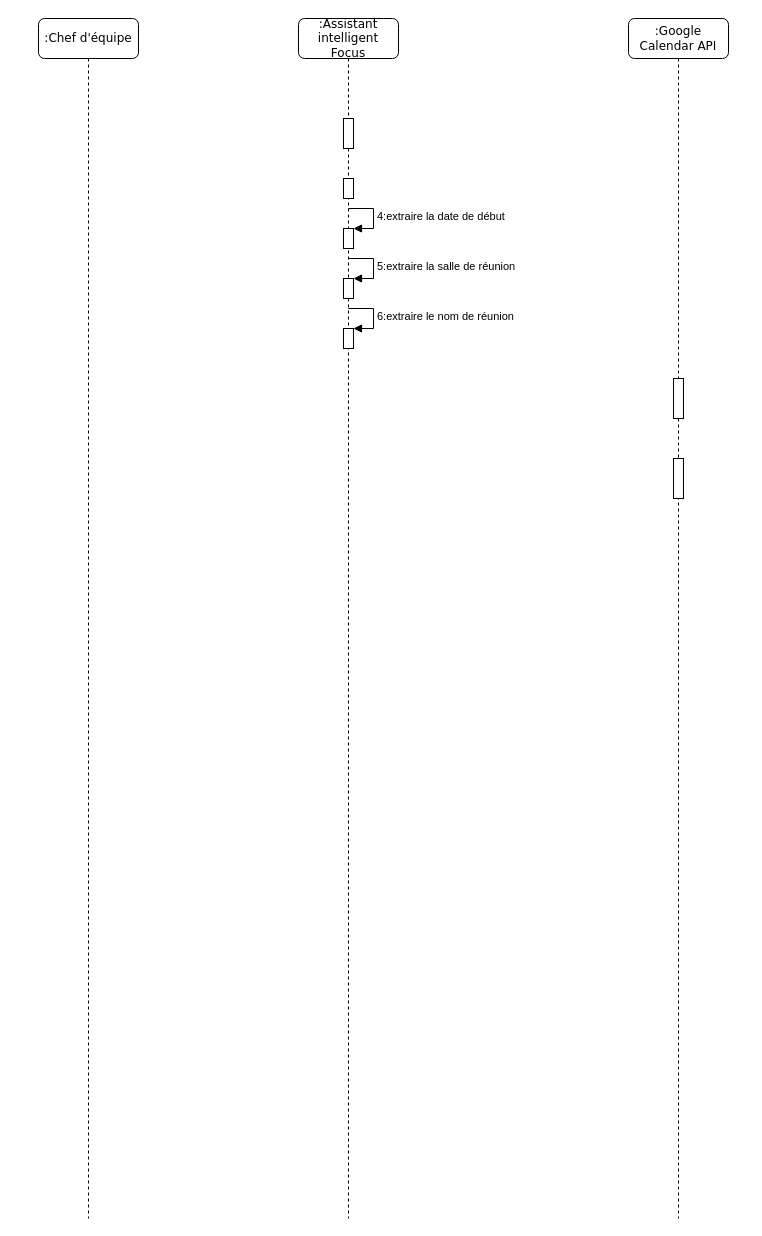
This is affiche event.drawio from hanabouzid/diagrams, a draw.io file, before an edit. Source tidied: cells renumbered, new cells numbered last; positions are measured from the earlier drawing's top-left corner, leaving out a move shared by most shapes. Both pictures are drawn from the tidied source at 100%, with x=0, y=0 at pixel (38, 18).
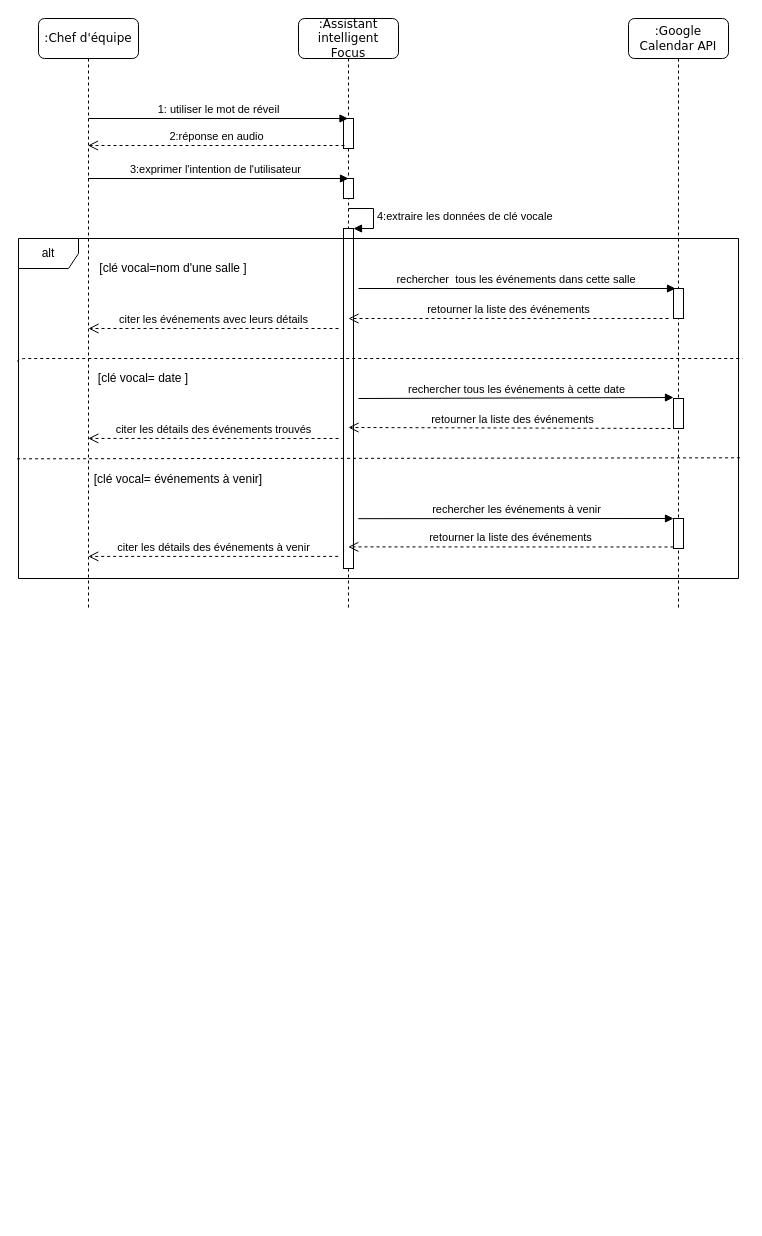
After the change.

What changed in the source:
```diff
@@
     <mxCell id="2" value=":Chef d'équipe" style="shape=umlLifeline;perimeter=lifelinePerimeter;whiteSpace=wrap;html=1;rounded=1;shadow=0;comic=0;labelBackgroundColor=none;strokeWidth=1;fontFamily=Verdana;fontSize=12;align=center;" parent="1" vertex="1">
-      <mxGeometry width="100" height="1200" as="geometry" />
+      <mxGeometry width="100" height="590" as="geometry" />
     </mxCell>
     <mxCell id="3" value=":Assistant intelligent Focus" style="shape=umlLifeline;perimeter=lifelinePerimeter;whiteSpace=wrap;html=1;rounded=1;shadow=0;comic=0;labelBackgroundColor=none;strokeWidth=1;fontFamily=Verdana;fontSize=12;align=center;" parent="1" vertex="1">
-      <mxGeometry x="260" width="100" height="1200" as="geometry" />
+      <mxGeometry x="260" width="100" height="590" as="geometry" />
     </mxCell>
@@
     <mxCell id="6" style="html=1;points=[];perimeter=orthogonalPerimeter;" parent="3" vertex="1">
-      <mxGeometry x="45" y="210" width="10" height="20" as="geometry" />
+      <mxGeometry x="45" y="210" width="10" height="340" as="geometry" />
     </mxCell>
-    <mxCell id="7" value="4:extraire la date de début&amp;nbsp;" style="edgeStyle=orthogonalEdgeStyle;html=1;align=left;spacingLeft=2;endArrow=block;rounded=0;entryX=1;entryY=0;" parent="3" edge="1" target="6">
+    <mxCell id="7" value="4:extraire les données de clé vocale&amp;nbsp;" style="edgeStyle=orthogonalEdgeStyle;html=1;align=left;spacingLeft=2;endArrow=block;rounded=0;entryX=1;entryY=0;" parent="3" edge="1" target="6">
       <mxGeometry relative="1" as="geometry">
         <mxPoint x="50" y="190" as="sourcePoint" />
         <Array as="points">
           <mxPoint x="75" y="190" />
         </Array>
       </mxGeometry>
     </mxCell>
-    <mxCell id="8" style="html=1;points=[];perimeter=orthogonalPerimeter;" parent="3" vertex="1">
-      <mxGeometry x="45" y="260" width="10" height="20" as="geometry" />
-    </mxCell>
-    <mxCell id="9" value="5:extraire la salle de réunion&amp;nbsp;" style="edgeStyle=orthogonalEdgeStyle;html=1;align=left;spacingLeft=2;endArrow=block;rounded=0;entryX=1;entryY=0;" parent="3" edge="1" target="8">
-      <mxGeometry relative="1" as="geometry">
-        <mxPoint x="50" y="240" as="sourcePoint" />
-        <Array as="points">
-          <mxPoint x="75" y="240" />
-        </Array>
-      </mxGeometry>
-    </mxCell>
-    <mxCell id="10" style="html=1;points=[];perimeter=orthogonalPerimeter;" parent="3" vertex="1">
-      <mxGeometry x="45" y="310" width="10" height="20" as="geometry" />
-    </mxCell>
-    <mxCell id="11" value="6:extraire le nom de réunion" style="edgeStyle=orthogonalEdgeStyle;html=1;align=left;spacingLeft=2;endArrow=block;rounded=0;entryX=1;entryY=0;" parent="3" edge="1" target="10">
-      <mxGeometry relative="1" as="geometry">
-        <mxPoint x="50" y="290" as="sourcePoint" />
-        <Array as="points">
-          <mxPoint x="75" y="290" />
-        </Array>
-      </mxGeometry>
-    </mxCell>
     <mxCell id="12" value=":Google Calendar API" style="shape=umlLifeline;perimeter=lifelinePerimeter;whiteSpace=wrap;html=1;rounded=1;shadow=0;comic=0;labelBackgroundColor=none;strokeWidth=1;fontFamily=Verdana;fontSize=12;align=center;" parent="1" vertex="1">
-      <mxGeometry x="590" width="100" height="1200" as="geometry" />
+      <mxGeometry x="590" width="100" height="590" as="geometry" />
     </mxCell>
-    <mxCell id="13" style="html=1;perimeter=orthogonalPerimeter;" parent="12" vertex="1">
-      <mxGeometry x="45" y="360" width="10" height="40" as="geometry" />
-    </mxCell>
-    <mxCell id="14" style="html=1;perimeter=orthogonalPerimeter;" parent="12" vertex="1">
-      <mxGeometry x="45" y="440" width="10" height="40" as="geometry" />
-    </mxCell>
+    <mxCell id="15" value="1: utiliser le mot de réveil" style="html=1;verticalAlign=bottom;endArrow=block;" parent="1" edge="1">
+      <mxGeometry relative="1" as="geometry">
+        <mxPoint x="50" y="100" as="sourcePoint" />
+        <mxPoint x="309.5" y="100" as="targetPoint" />
+      </mxGeometry>
+    </mxCell>
+    <mxCell id="16" value="2:réponse en audio" style="html=1;verticalAlign=bottom;endArrow=open;dashed=1;endSize=8;exitX=0.1;exitY=0.9;exitDx=0;exitDy=0;exitPerimeter=0;" parent="1" edge="1">
+      <mxGeometry relative="1" as="geometry">
+        <mxPoint x="306" y="127" as="sourcePoint" />
+        <mxPoint x="49.5" y="127" as="targetPoint" />
+      </mxGeometry>
+    </mxCell>
+    <mxCell id="17" value="3:exprimer l'intention de l'utilisateur&amp;nbsp;&amp;nbsp;" style="html=1;verticalAlign=bottom;endArrow=block;" parent="1" edge="1">
+      <mxGeometry relative="1" as="geometry">
+        <mxPoint x="49.5" y="160" as="sourcePoint" />
+        <mxPoint x="310" y="160" as="targetPoint" />
+      </mxGeometry>
+    </mxCell>
+    <mxCell id="18" value="alt" style="shape=umlFrame;whiteSpace=wrap;html=1;" parent="1" vertex="1">
+      <mxGeometry x="-20" y="220" width="720" height="340" as="geometry" />
+    </mxCell>
+    <mxCell id="19" value="[clé vocal=nom d'une salle ]" style="text;html=1;strokeColor=none;fillColor=none;align=center;verticalAlign=middle;whiteSpace=wrap;rounded=0;" parent="1" vertex="1">
+      <mxGeometry x="40" y="240" width="190" height="20" as="geometry" />
+    </mxCell>
+    <mxCell id="20" value="rechercher&amp;nbsp; tous les événements dans cette salle&amp;nbsp;" style="html=1;verticalAlign=bottom;endArrow=block;entryX=0.2;entryY=0;entryDx=0;entryDy=0;entryPerimeter=0;" parent="1" edge="1" target="21">
+      <mxGeometry relative="1" as="geometry">
+        <mxPoint x="320" y="270" as="sourcePoint" />
+      </mxGeometry>
+    </mxCell>
+    <mxCell id="21" style="html=1;points=[];perimeter=orthogonalPerimeter;" parent="1" vertex="1">
+      <mxGeometry x="635" y="270" width="10" height="30" as="geometry" />
+    </mxCell>
+    <mxCell id="22" value="retourner la liste des événements" style="html=1;verticalAlign=bottom;endArrow=open;dashed=1;endSize=8;" parent="1" edge="1">
+      <mxGeometry relative="1" as="geometry">
+        <mxPoint x="630" y="300" as="sourcePoint" />
+        <mxPoint x="310" y="300" as="targetPoint" />
+      </mxGeometry>
+    </mxCell>
+    <mxCell id="23" value="citer les événements avec leurs détails" style="html=1;verticalAlign=bottom;endArrow=open;dashed=1;endSize=8;" parent="1" edge="1">
+      <mxGeometry relative="1" as="geometry">
+        <mxPoint x="300" y="310" as="sourcePoint" />
+        <mxPoint x="50" y="310" as="targetPoint" />
+      </mxGeometry>
+    </mxCell>
+    <mxCell id="24" value="[clé vocal= date ]" style="text;html=1;strokeColor=none;fillColor=none;align=center;verticalAlign=middle;whiteSpace=wrap;rounded=0;" parent="1" vertex="1">
+      <mxGeometry x="40" y="350" width="130" height="20" as="geometry" />
+    </mxCell>
+    <mxCell id="25" value="rechercher tous les événements à cette date" style="html=1;verticalAlign=bottom;endArrow=block;entryX=0;entryY=-0.033;entryDx=0;entryDy=0;entryPerimeter=0;" parent="1" edge="1" target="26">
+      <mxGeometry relative="1" as="geometry">
+        <mxPoint x="320" y="380" as="sourcePoint" />
+      </mxGeometry>
+    </mxCell>
+    <mxCell id="26" style="html=1;points=[];perimeter=orthogonalPerimeter;" parent="1" vertex="1">
+      <mxGeometry x="635" y="380" width="10" height="30" as="geometry" />
+    </mxCell>
+    <mxCell id="27" value="retourner la liste des événements" style="html=1;verticalAlign=bottom;endArrow=open;dashed=1;endSize=8;exitX=0.3;exitY=1;exitDx=0;exitDy=0;exitPerimeter=0;" parent="1" edge="1" source="26">
+      <mxGeometry relative="1" as="geometry">
+        <mxPoint x="310" y="409" as="targetPoint" />
+      </mxGeometry>
+    </mxCell>
+    <mxCell id="28" value="citer les détails des événements trouvés" style="html=1;verticalAlign=bottom;endArrow=open;dashed=1;endSize=8;entryX=0.097;entryY=0.588;entryDx=0;entryDy=0;entryPerimeter=0;" parent="1" edge="1" target="18">
+      <mxGeometry relative="1" as="geometry">
+        <mxPoint x="300" y="420" as="sourcePoint" />
+      </mxGeometry>
+    </mxCell>
+    <mxCell id="29" value="[clé vocal= événements à venir]" style="text;html=1;strokeColor=none;fillColor=none;align=center;verticalAlign=middle;whiteSpace=wrap;rounded=0;" parent="1" vertex="1">
+      <mxGeometry x="40" y="460" width="200" as="geometry" />
+    </mxCell>
+    <mxCell id="30" style="html=1;points=[];perimeter=orthogonalPerimeter;" parent="1" vertex="1">
+      <mxGeometry x="635" y="500" width="10" height="30" as="geometry" />
+    </mxCell>
+    <mxCell id="31" value="rechercher les événements à venir" style="html=1;verticalAlign=bottom;endArrow=block;entryX=0;entryY=0;exitX=0.472;exitY=0.824;exitDx=0;exitDy=0;exitPerimeter=0;" parent="1" edge="1" source="18" target="30">
+      <mxGeometry relative="1" as="geometry" />
+    </mxCell>
+    <mxCell id="32" value="retourner la liste des événements" style="html=1;verticalAlign=bottom;endArrow=open;dashed=1;endSize=8;exitX=0;exitY=0.95;entryX=0.458;entryY=0.907;entryDx=0;entryDy=0;entryPerimeter=0;" parent="1" edge="1" source="30" target="18">
+      <mxGeometry relative="1" as="geometry" />
+    </mxCell>
+    <mxCell id="33" value="citer les détails des événements à venir" style="html=1;verticalAlign=bottom;endArrow=open;dashed=1;endSize=8;entryX=0.097;entryY=0.935;entryDx=0;entryDy=0;entryPerimeter=0;exitX=0.444;exitY=0.935;exitDx=0;exitDy=0;exitPerimeter=0;" parent="1" edge="1" source="18" target="18">
+      <mxGeometry relative="1" as="geometry" />
+    </mxCell>
+    <mxCell id="34" style="endArrow=none;dashed=1;html=1;exitX=-0.001;exitY=0.362;exitDx=0;exitDy=0;exitPerimeter=0;" parent="1" edge="1" source="18">
+      <mxGeometry relative="1" as="geometry">
+        <mxPoint x="704" y="340" as="targetPoint" />
+        <Array as="points">
+          <mxPoint x="-20" y="340" />
+        </Array>
+      </mxGeometry>
+    </mxCell>
+    <mxCell id="35" style="endArrow=none;dashed=1;html=1;exitX=-0.002;exitY=0.648;exitDx=0;exitDy=0;exitPerimeter=0;entryX=1.004;entryY=0.645;entryDx=0;entryDy=0;entryPerimeter=0;" parent="1" edge="1" source="18" target="18">
+      <mxGeometry relative="1" as="geometry" />
+    </mxCell>
```
